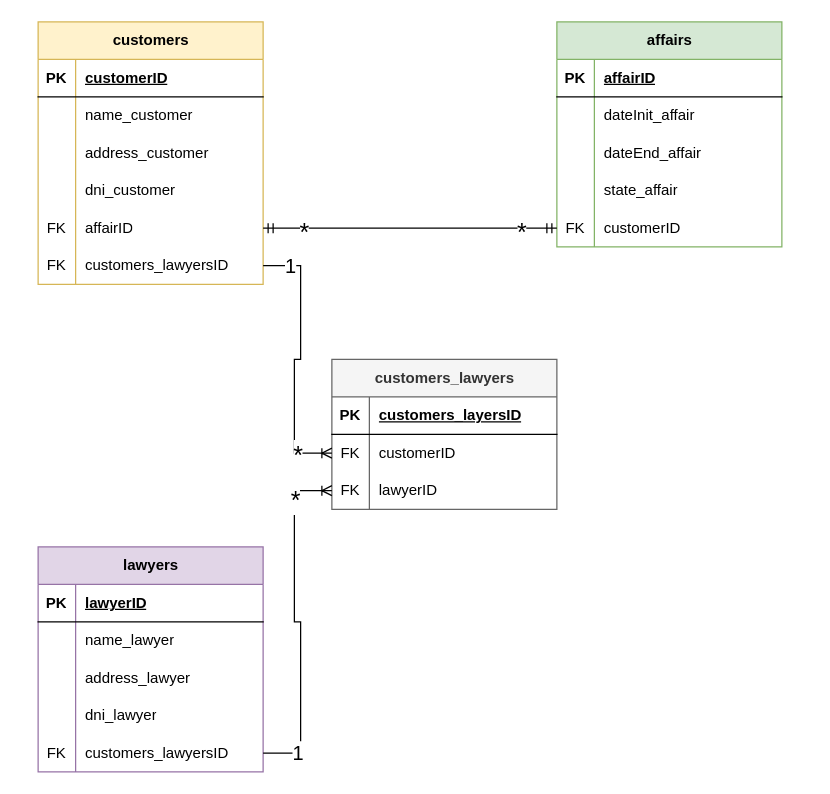
Earlier version of the draw.io diagram page "ER-ejemplo1" (1 of 6) of ejercicio2.drawio (JeffreySuarez/DEV.F-02-BD). Source tidied: cells renumbered, new cells numbered last; positions are measured from the earlier drawing's top-left corner, leaving out a move shared by most shapes. Both pictures are drawn from the tidied source at 125%, with x=0, y=0 at pixel (38, 21).
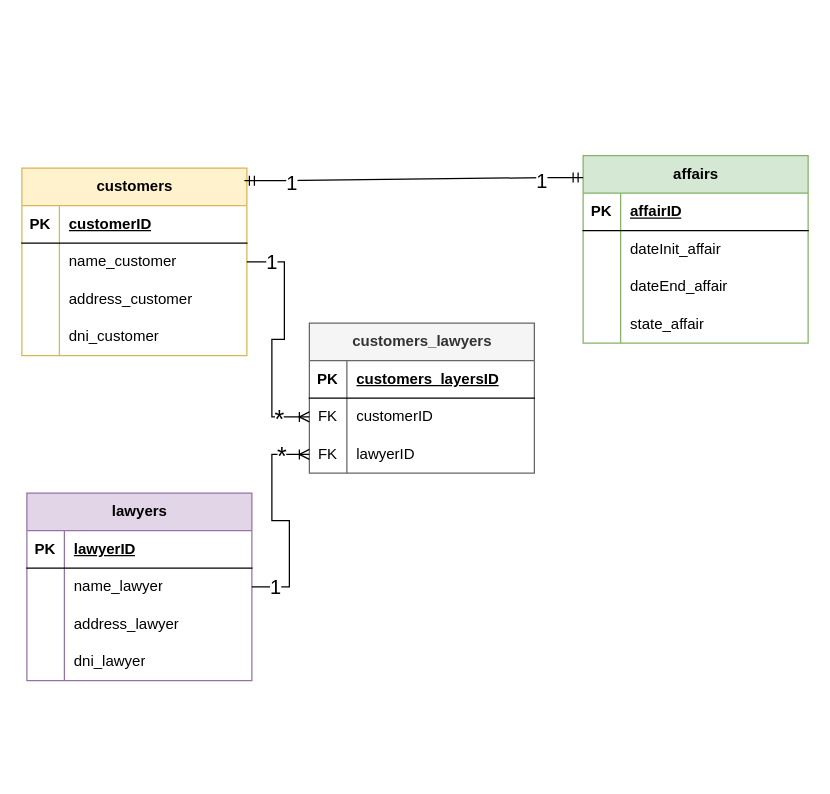
The same diagram, later.

Unchanged cells that the change refers to:
```xml
<mxCell id="60" style="shape=tableRow;horizontal=0;startSize=0;swimlaneHead=0;swimlaneBody=0;fillColor=none;points=[[0,0.5],[1,0.5]];portConstraint=eastwest;top=0;left=0;right=0;bottom=0;" parent="56" vertex="1">
  <mxGeometry y="60" width="180" height="30" as="geometry" />
</mxCell>
<mxCell id="63" style="shape=tableRow;horizontal=0;startSize=0;swimlaneHead=0;swimlaneBody=0;fillColor=none;points=[[0,0.5],[1,0.5]];portConstraint=eastwest;top=0;left=0;right=0;bottom=0;" parent="56" vertex="1">
  <mxGeometry y="90" width="180" height="30" as="geometry" />
</mxCell>
```

Diff of the diagram source:
```diff
@@
     <mxCell id="2" value="customers" style="shape=table;startSize=30;childLayout=tableLayout;rowLines=0;fontStyle=1;align=center;html=1;fillColor=#fff2cc;strokeColor=#d6b656;" parent="1" vertex="1">
-      <mxGeometry width="180" height="210" as="geometry" />
+      <mxGeometry x="-13" y="117" width="180" height="150" as="geometry" />
     </mxCell>
@@
-    <mxCell id="15" style="shape=tableRow;horizontal=0;startSize=0;swimlaneHead=0;swimlaneBody=0;fillColor=none;points=[[0,0.5],[1,0.5]];portConstraint=eastwest;top=0;left=0;right=0;bottom=0;" parent="2" vertex="1">
-      <mxGeometry y="150" width="180" height="30" as="geometry" />
-    </mxCell>
-    <mxCell id="16" value="FK" style="shape=partialRectangle;fillColor=none;top=0;left=0;bottom=0;right=0;overflow=hidden;whiteSpace=wrap;html=1;" parent="15" vertex="1">
-      <mxGeometry width="30" height="30" as="geometry" />
-    </mxCell>
-    <mxCell id="17" value="affairID" style="shape=partialRectangle;fillColor=none;top=0;left=0;bottom=0;right=0;align=left;spacingLeft=6;overflow=hidden;whiteSpace=wrap;html=1;" parent="15" vertex="1">
-      <mxGeometry x="30" width="150" height="30" as="geometry" />
-    </mxCell>
-    <mxCell id="18" style="shape=tableRow;horizontal=0;startSize=0;swimlaneHead=0;swimlaneBody=0;fillColor=none;points=[[0,0.5],[1,0.5]];portConstraint=eastwest;top=0;left=0;right=0;bottom=0;" parent="2" vertex="1">
-      <mxGeometry y="180" width="180" height="30" as="geometry" />
-    </mxCell>
-    <mxCell id="19" value="FK" style="shape=partialRectangle;fillColor=none;top=0;left=0;bottom=0;right=0;overflow=hidden;whiteSpace=wrap;html=1;" parent="18" vertex="1">
-      <mxGeometry width="30" height="30" as="geometry" />
-    </mxCell>
-    <mxCell id="20" value="customers_lawyersID" style="shape=partialRectangle;fillColor=none;top=0;left=0;bottom=0;right=0;align=left;spacingLeft=6;overflow=hidden;whiteSpace=wrap;html=1;" parent="18" vertex="1">
-      <mxGeometry x="30" width="150" height="30" as="geometry" />
-    </mxCell>
     <mxCell id="21" value="affairs" style="shape=table;startSize=30;childLayout=tableLayout;rowLines=0;fontStyle=1;align=center;html=1;fillColor=#d5e8d4;strokeColor=#82b366;" parent="1" vertex="1">
-      <mxGeometry x="415" width="180" height="180" as="geometry" />
+      <mxGeometry x="436" y="107" width="180" height="150" as="geometry" />
     </mxCell>
@@
-    <mxCell id="34" style="shape=tableRow;horizontal=0;startSize=0;swimlaneHead=0;swimlaneBody=0;fillColor=none;points=[[0,0.5],[1,0.5]];portConstraint=eastwest;top=0;left=0;right=0;bottom=0;" parent="21" vertex="1">
-      <mxGeometry y="150" width="180" height="30" as="geometry" />
-    </mxCell>
-    <mxCell id="35" value="FK" style="shape=partialRectangle;fillColor=none;top=0;left=0;bottom=0;right=0;overflow=hidden;whiteSpace=wrap;html=1;" parent="34" vertex="1">
-      <mxGeometry width="30" height="30" as="geometry" />
-    </mxCell>
-    <mxCell id="36" value="customerID" style="shape=partialRectangle;fillColor=none;top=0;left=0;bottom=0;right=0;align=left;spacingLeft=6;overflow=hidden;whiteSpace=wrap;html=1;" parent="34" vertex="1">
-      <mxGeometry x="30" width="150" height="30" as="geometry" />
-    </mxCell>
     <mxCell id="37" value="lawyers" style="shape=table;startSize=30;childLayout=tableLayout;rowLines=0;fontStyle=1;align=center;html=1;fillColor=#e1d5e7;strokeColor=#9673a6;" parent="1" vertex="1">
-      <mxGeometry y="420" width="180" height="180" as="geometry" />
+      <mxGeometry x="-9" y="377" width="180" height="150" as="geometry" />
     </mxCell>
@@
-    <mxCell id="50" style="shape=tableRow;horizontal=0;startSize=0;swimlaneHead=0;swimlaneBody=0;fillColor=none;points=[[0,0.5],[1,0.5]];portConstraint=eastwest;top=0;left=0;right=0;bottom=0;" parent="37" vertex="1">
-      <mxGeometry y="150" width="180" height="30" as="geometry" />
-    </mxCell>
-    <mxCell id="51" value="FK" style="shape=partialRectangle;fillColor=none;top=0;left=0;bottom=0;right=0;overflow=hidden;whiteSpace=wrap;html=1;" parent="50" vertex="1">
-      <mxGeometry width="30" height="30" as="geometry" />
-    </mxCell>
-    <mxCell id="52" value="customers_lawyersID" style="shape=partialRectangle;fillColor=none;top=0;left=0;bottom=0;right=0;align=left;spacingLeft=6;overflow=hidden;whiteSpace=wrap;html=1;" parent="50" vertex="1">
-      <mxGeometry x="30" width="150" height="30" as="geometry" />
-    </mxCell>
-    <mxCell id="53" style="edgeStyle=entityRelationEdgeStyle;fontSize=12;html=1;endArrow=ERmandOne;startArrow=ERmandOne;rounded=0;" parent="1" edge="1" source="15" target="34">
+    <mxCell id="53" style="edgeStyle=entityRelationEdgeStyle;fontSize=12;html=1;endArrow=ERmandOne;startArrow=ERmandOne;rounded=0;exitX=0.989;exitY=0.067;exitDx=0;exitDy=0;exitPerimeter=0;entryX=0;entryY=0.117;entryDx=0;entryDy=0;entryPerimeter=0;" parent="1" edge="1" source="2" target="21">
       <mxGeometry relative="1" as="geometry" />
     </mxCell>
-    <mxCell id="54" value="*" style="edgeLabel;html=1;align=center;verticalAlign=middle;fontSize=20;" parent="53" vertex="1">
+    <mxCell id="54" value="1" style="edgeLabel;html=1;align=center;verticalAlign=middle;fontSize=16;" parent="53" vertex="1">
       <mxGeometry x="-0.73" y="-2" relative="1" as="geometry" />
     </mxCell>
-    <mxCell id="55" value="*" style="edgeLabel;html=1;align=center;verticalAlign=middle;fontSize=20;" parent="53" vertex="1">
+    <mxCell id="55" value="1" style="edgeLabel;html=1;align=center;verticalAlign=middle;fontSize=16;" parent="53" vertex="1">
       <mxGeometry x="0.75" y="-2" relative="1" as="geometry" />
     </mxCell>
     <mxCell id="56" value="customers_lawyers" style="shape=table;startSize=30;childLayout=tableLayout;rowLines=0;fontStyle=1;align=center;html=1;fillColor=#f5f5f5;fontColor=#333333;strokeColor=#666666;" parent="1" vertex="1">
-      <mxGeometry x="235" y="270" width="180" height="120" as="geometry" />
+      <mxGeometry x="217" y="241" width="180" height="120" as="geometry" />
     </mxCell>
@@
-    <mxCell id="66" style="edgeStyle=entityRelationEdgeStyle;fontSize=12;html=1;endArrow=ERoneToMany;rounded=0;" parent="1" edge="1" source="18" target="60">
+    <mxCell id="66" style="edgeStyle=entityRelationEdgeStyle;fontSize=12;html=1;endArrow=ERoneToMany;rounded=0;" parent="1" edge="1" source="2" target="60">
       <mxGeometry relative="1" as="geometry" />
     </mxCell>
@@
-    <mxCell id="69" style="edgeStyle=entityRelationEdgeStyle;fontSize=12;html=1;endArrow=ERoneToMany;rounded=0;" parent="1" edge="1" source="50" target="63">
+    <mxCell id="69" style="edgeStyle=entityRelationEdgeStyle;fontSize=12;html=1;endArrow=ERoneToMany;rounded=0;" parent="1" edge="1" source="37" target="63">
       <mxGeometry relative="1" as="geometry" />
     </mxCell>
```
